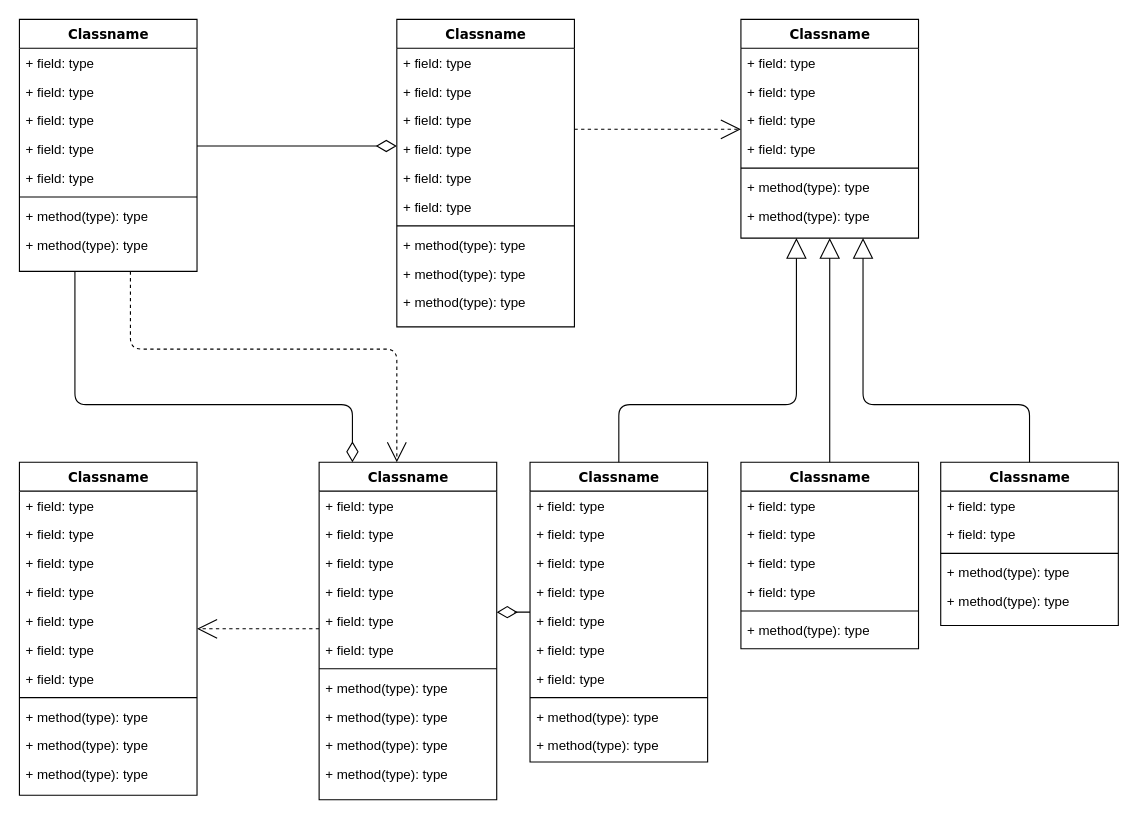
Before: 未命名绘图.drawio in Jimmy0108/MCU_homework, a draw.io diagram. Source tidied: cells renumbered, new cells numbered last; positions are measured from the earlier drawing's top-left corner, leaving out a move shared by most shapes. Both pictures are drawn from the tidied source at 111%, with x=0, y=0 at pixel (19, 19).
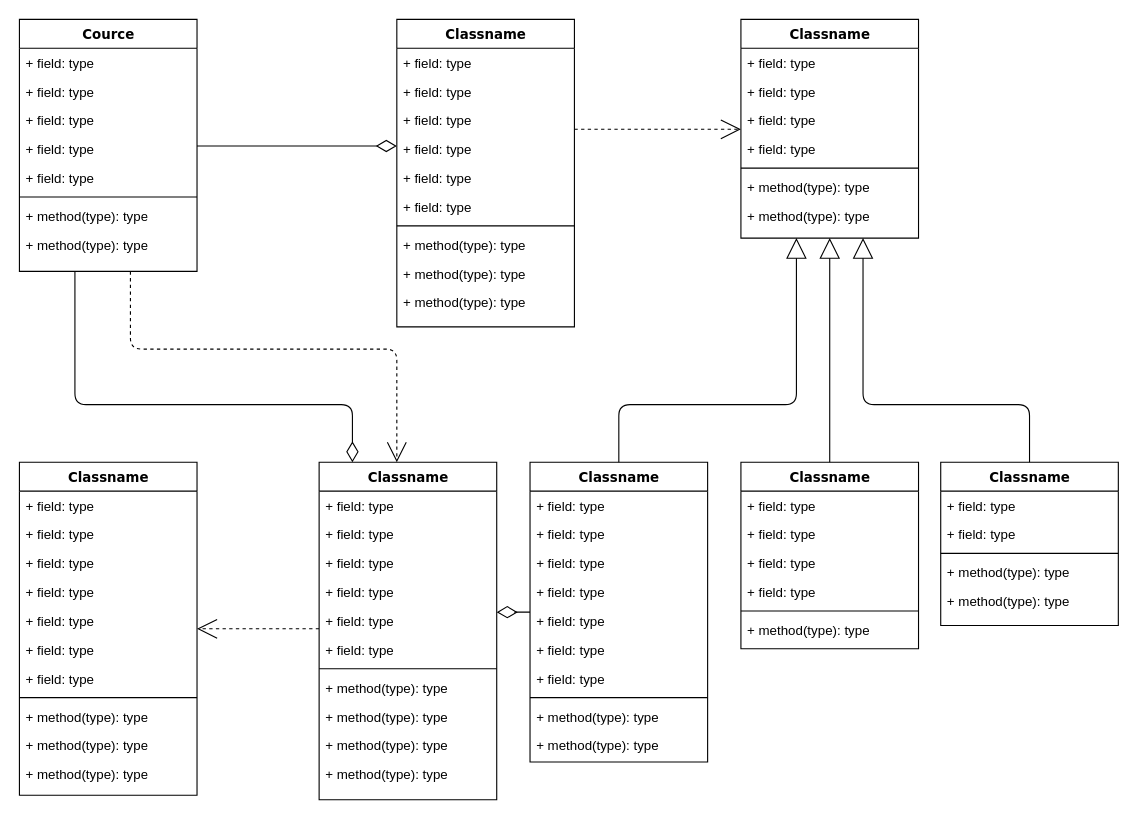
Above is the later version.

Commit message:
資料庫第四週作業.drawio

Diff of the diagram source:
```diff
@@
-    <mxCell id="4" value="Classname" style="swimlane;html=1;fontStyle=1;align=center;verticalAlign=top;horizontal=1;startSize=26;swimlaneFillColor=#ffffff;rounded=0;shadow=0;comic=0;labelBackgroundColor=none;strokeWidth=1;fillColor=none;fontFamily=Verdana;fontSize=12;" parent="1" vertex="1">
+    <mxCell id="4" value="Cource" style="swimlane;html=1;fontStyle=1;align=center;verticalAlign=top;horizontal=1;startSize=26;swimlaneFillColor=#ffffff;rounded=0;shadow=0;comic=0;labelBackgroundColor=none;strokeWidth=1;fillColor=none;fontFamily=Verdana;fontSize=12;" parent="1" vertex="1">
       <mxGeometry width="160" height="227" as="geometry" />
     </mxCell>
```
